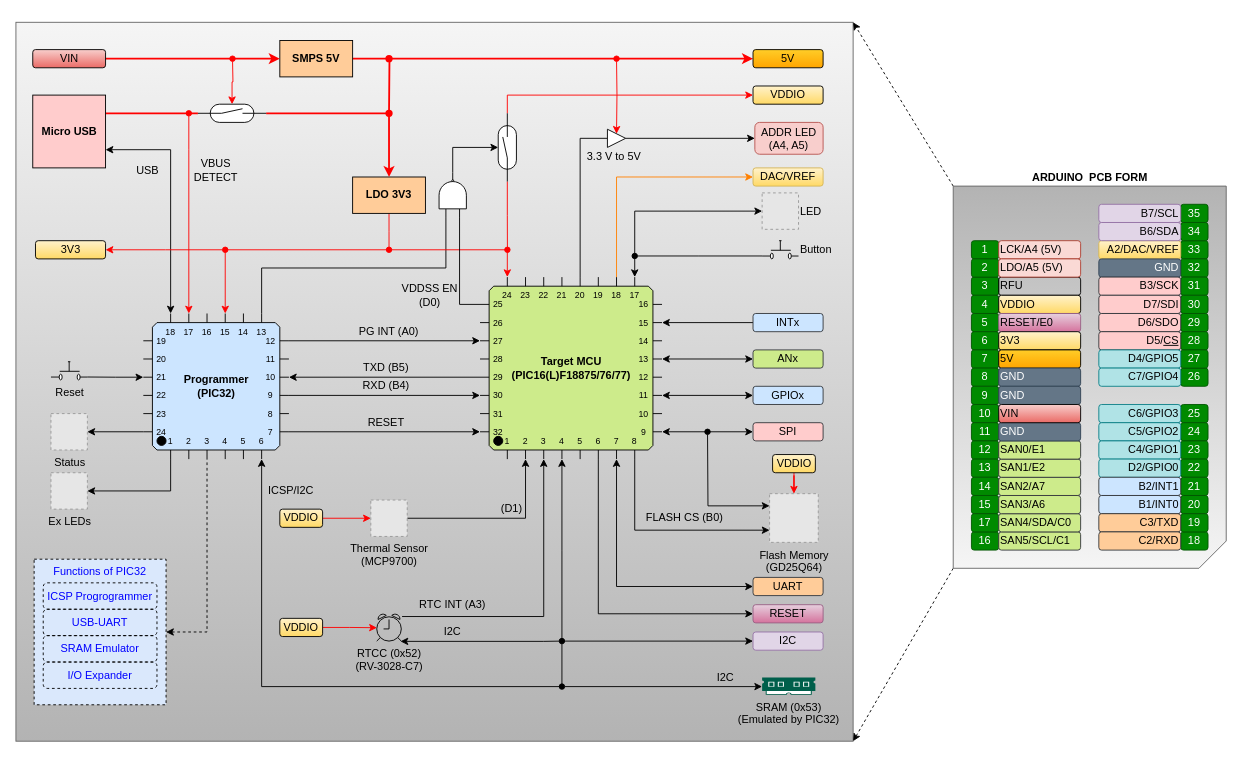
Above: Docs/Untitled Diagram.drawio in sampidevkit/PIC16FDevKit (draw.io), before the change. Source tidied: cells renumbered, new cells numbered last; positions are measured from the earlier drawing's top-left corner, leaving out a move shared by most shapes. Both pictures are drawn from the tidied source at 91%, with x=0, y=0 at pixel (15, 22). Pictures stored in the file or linked from it are replaced by grey dashed boxes.
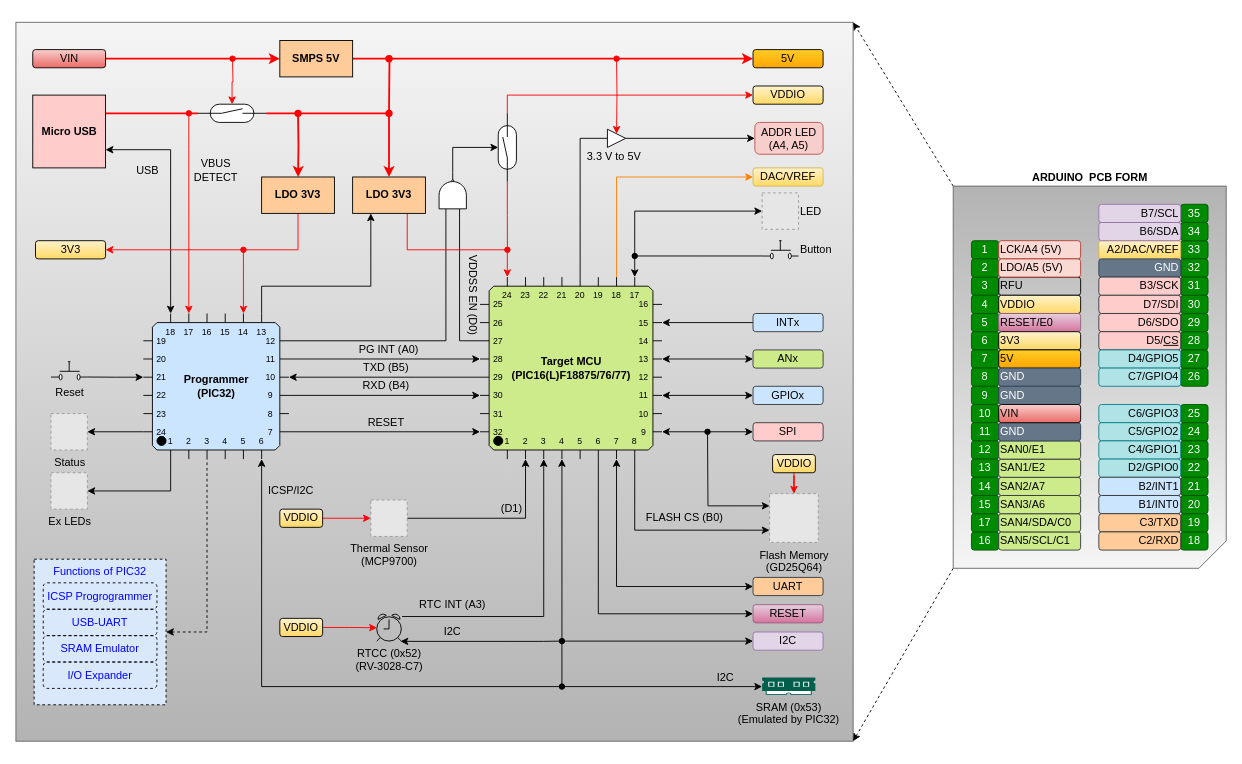
After the change.

Unchanged cells that the change refers to:
```xml
<mxCell id="17" value="Programmer&lt;br&gt;(PIC32)" style="shadow=0;dashed=0;align=center;html=1;strokeWidth=1;shape=mxgraph.electrical.logic_gates.qfp_ic;labelNames=a,b,c,d,e,f,g,h,i,j,k,l,m,n,o,p,q,r,s,t,u,v,w,x,y,z,a1,b1,c1,d1,e1,f1,g1,h1,i1,j1,k1,l1,m1,n1;fontStyle=1;flipV=0;flipH=0;fillColor=#cce5ff;" parent="1" vertex="1">
  <mxGeometry x="140" y="320" width="160" height="160" as="geometry" />
</mxCell>
<mxCell id="22" value="LDO 3V3" style="rounded=0;whiteSpace=wrap;html=1;fontStyle=1;fillColor=#ffcc99;" parent="1" vertex="1">
  <mxGeometry x="370" y="170" width="80" height="40" as="geometry" />
</mxCell>
<mxCell id="42" value="Target MCU&lt;br&gt;(PIC16(L)F18875/76/77)" style="shadow=0;dashed=0;align=center;html=1;strokeWidth=1;shape=mxgraph.electrical.logic_gates.qfp_ic;labelNames=a,b,c,d,e,f,g,h,i,j,k,l,m,n,o,p,q,r,s,t,u,v,w,x,y,z,a1,b1,c1,d1,e1,f1,g1,h1,i1,j1,k1,l1,m1,n1;fontStyle=1;fillColor=#cdeb8b;" parent="1" vertex="1">
  <mxGeometry x="510" y="280" width="200" height="200" as="geometry" />
</mxCell>
<mxCell id="47" value="3V3" style="rounded=1;whiteSpace=wrap;html=1;align=center;fillColor=#fff2cc;gradientColor=#ffd966;" parent="1" vertex="1">
  <mxGeometry x="21.5" y="240" width="77" height="20" as="geometry" />
</mxCell>
<mxCell id="168" style="verticalLabelPosition=bottom;shadow=0;dashed=0;align=center;html=1;verticalAlign=top;shape=mxgraph.electrical.logic_gates.logic_gate;operation=and;negating=1;fontColor=#0000FF;direction=north;" parent="1" vertex="1">
  <mxGeometry x="465" y="165" width="30" height="50" as="geometry" />
</mxCell>
```

The edit, as a diff of the source:
```diff
@@
-    <mxCell id="13" style="edgeStyle=orthogonalEdgeStyle;rounded=0;jettySize=auto;html=1;exitX=1;exitY=0;exitDx=0;exitDy=30;exitPerimeter=0;entryX=0;entryY=0;entryDx=0;entryDy=70;entryPerimeter=0;startArrow=none;startFill=0;endArrow=classic;endFill=1;" parent="1" edge="1" source="17" target="42">
+    <mxCell id="13" style="edgeStyle=orthogonalEdgeStyle;rounded=0;jettySize=auto;html=1;exitX=1;exitY=0;exitDx=0;exitDy=50;exitPerimeter=0;entryX=0;entryY=0;entryDx=0;entryDy=90;entryPerimeter=0;startArrow=none;startFill=0;endArrow=classic;endFill=1;" parent="1" edge="1" source="17" target="42">
       <mxGeometry relative="1" as="geometry" />
     </mxCell>
@@
-    <mxCell id="16" style="edgeStyle=orthogonalEdgeStyle;rounded=0;jettySize=auto;html=1;exitX=0;exitY=0;exitDx=130;exitDy=0;exitPerimeter=0;entryX=0;entryY=0.25;entryDx=0;entryDy=0;entryPerimeter=0;startArrow=none;startFill=0;endArrow=none;endFill=0;fontColor=#0000FF;" parent="1" edge="1" source="17" target="168">
+    <mxCell id="16" style="edgeStyle=orthogonalEdgeStyle;rounded=0;jettySize=auto;html=1;exitX=1;exitY=0;exitDx=0;exitDy=30;exitPerimeter=0;entryX=0;entryY=0.25;entryDx=0;entryDy=0;entryPerimeter=0;startArrow=none;startFill=0;endArrow=none;endFill=0;fontColor=#0000FF;" parent="1" edge="1" source="17" target="168">
       <mxGeometry relative="1" as="geometry">
         <Array as="points">
-          <mxPoint x="270" y="270" />
-          <mxPoint x="473" y="270" />
+          <mxPoint x="473" y="350" />
         </Array>
       </mxGeometry>
     </mxCell>
+    <mxCell id="181" style="edgeStyle=orthogonalEdgeStyle;rounded=0;jettySize=auto;html=1;exitX=0.5;exitY=1;exitDx=0;exitDy=0;entryX=0;entryY=0;entryDx=110;entryDy=0;strokeColor=#FF0000;entryPerimeter=0;" parent="1" edge="1" source="185" target="17">
+      <mxGeometry relative="1" as="geometry">
+        <Array as="points">
+          <mxPoint x="310" y="250" />
+          <mxPoint x="250" y="250" />
+        </Array>
+      </mxGeometry>
+    </mxCell>
+    <mxCell id="182" style="edgeStyle=orthogonalEdgeStyle;rounded=0;jettySize=auto;html=1;exitX=0;exitY=0;exitDx=130;exitDy=0;exitPerimeter=0;entryX=0.25;entryY=1;entryDx=0;entryDy=0;startArrow=none;startFill=0;strokeWidth=1;" parent="1" edge="1" source="17" target="22">
+      <mxGeometry relative="1" as="geometry">
+        <Array as="points">
+          <mxPoint x="270" y="290" />
+          <mxPoint x="390" y="290" />
+        </Array>
+      </mxGeometry>
+    </mxCell>
@@
-    <mxCell id="20" style="edgeStyle=orthogonalEdgeStyle;rounded=0;jettySize=auto;html=1;entryX=0;entryY=0;entryDx=30;entryDy=0;entryPerimeter=0;startArrow=classic;startFill=1;endArrow=classic;endFill=1;strokeColor=#FF0000;exitX=0;exitY=0;exitDx=90;exitDy=0;exitPerimeter=0;" parent="1" edge="1" source="17" target="42">
-      <mxGeometry relative="1" as="geometry">
-        <Array as="points">
-          <mxPoint x="230" y="250" />
-          <mxPoint x="540" y="250" />
-        </Array>
-      </mxGeometry>
-    </mxCell>
-    <mxCell id="21" style="edgeStyle=orthogonalEdgeStyle;rounded=0;jettySize=auto;html=1;startArrow=none;startFill=0;endArrow=oval;endFill=1;strokeColor=#FF0000;" parent="1" edge="1" source="22">
-      <mxGeometry relative="1" as="geometry">
-        <mxPoint x="410" y="250" as="targetPoint" />
-      </mxGeometry>
-    </mxCell>
+    <mxCell id="183" style="edgeStyle=orthogonalEdgeStyle;rounded=0;jettySize=auto;html=1;entryX=0;entryY=0;entryDx=30;entryDy=0;entryPerimeter=0;strokeColor=#FF0000;exitX=0.75;exitY=1;exitDx=0;exitDy=0;" parent="1" edge="1" source="22" target="42">
+      <mxGeometry relative="1" as="geometry">
+        <Array as="points">
+          <mxPoint x="430" y="250" />
+          <mxPoint x="540" y="250" />
+        </Array>
+      </mxGeometry>
+    </mxCell>
@@
     <mxCell id="46" style="edgeStyle=orthogonalEdgeStyle;rounded=0;jettySize=auto;html=1;startArrow=classic;startFill=1;endArrow=oval;endFill=1;fontColor=#0000FF;strokeColor=#FF0000;" parent="1" edge="1" source="47">
       <mxGeometry relative="1" as="geometry">
-        <mxPoint x="230" y="250" as="targetPoint" />
+        <mxPoint x="250" y="250" as="targetPoint" />
       </mxGeometry>
     </mxCell>
@@
     <mxCell id="153" value="PG INT (A0)" style="text;html=1;fillColor=none;align=center;verticalAlign=middle;whiteSpace=wrap;rounded=0;" parent="1" vertex="1">
-      <mxGeometry x="370" y="330" width="80" height="20" as="geometry" />
+      <mxGeometry x="370" y="350" width="80" height="20" as="geometry" />
     </mxCell>
@@
-    <mxCell id="167" style="edgeStyle=orthogonalEdgeStyle;rounded=0;jettySize=auto;html=1;exitX=0;exitY=0.75;exitDx=0;exitDy=0;exitPerimeter=0;entryX=0;entryY=0;entryDx=0;entryDy=30;entryPerimeter=0;startArrow=none;startFill=0;endArrow=none;endFill=0;fontColor=#0000FF;" parent="1" edge="1" source="168" target="42">
+    <mxCell id="167" style="edgeStyle=orthogonalEdgeStyle;rounded=0;jettySize=auto;html=1;exitX=0;exitY=0.75;exitDx=0;exitDy=0;exitPerimeter=0;entryX=0;entryY=0;entryDx=0;entryDy=70;entryPerimeter=0;startArrow=none;startFill=0;endArrow=none;endFill=0;fontColor=#0000FF;" parent="1" edge="1" source="168" target="42">
       <mxGeometry relative="1" as="geometry" />
     </mxCell>
@@
-    <mxCell id="173" value="VDDSS EN&lt;br&gt;(D0)" style="text;html=1;fillColor=none;align=center;verticalAlign=middle;whiteSpace=wrap;rounded=0;" parent="1" vertex="1">
-      <mxGeometry x="420" y="290" width="70" height="20" as="geometry" />
+    <mxCell id="173" value="VDDSS EN (D0)" style="text;html=1;fillColor=none;align=center;verticalAlign=middle;whiteSpace=wrap;rounded=0;direction=south;rotation=90;" parent="1" vertex="1">
+      <mxGeometry x="445" y="290" width="115" height="20" as="geometry" />
     </mxCell>
@@
+    <mxCell id="184" style="edgeStyle=orthogonalEdgeStyle;rounded=0;jettySize=auto;html=1;strokeColor=#FF0000;startArrow=oval;startFill=1;strokeWidth=2;" parent="1" edge="1" target="185">
+      <mxGeometry relative="1" as="geometry">
+        <mxPoint x="310" y="100" as="sourcePoint" />
+      </mxGeometry>
+    </mxCell>
+    <mxCell id="185" value="LDO 3V3" style="rounded=0;whiteSpace=wrap;html=1;fontStyle=1;fillColor=#ffcc99;" parent="1" vertex="1">
+      <mxGeometry x="270" y="170" width="80" height="40" as="geometry" />
+    </mxCell>
```
